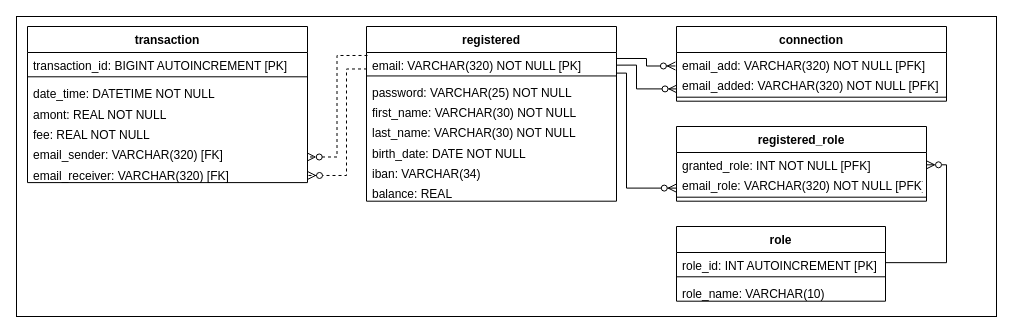
The draw.io diagram page "MLD" (3 of 3) of UML/payMyBuddyUML.drawio in emmo78/com.paymybuddy.paymybuddy, before the edit. Source tidied: cells renumbered, new cells numbered last; positions are measured from the earlier drawing's top-left corner, leaving out a move shared by most shapes. Both pictures are drawn from the tidied source at 100%, with x=0, y=0 at pixel (16, 16).
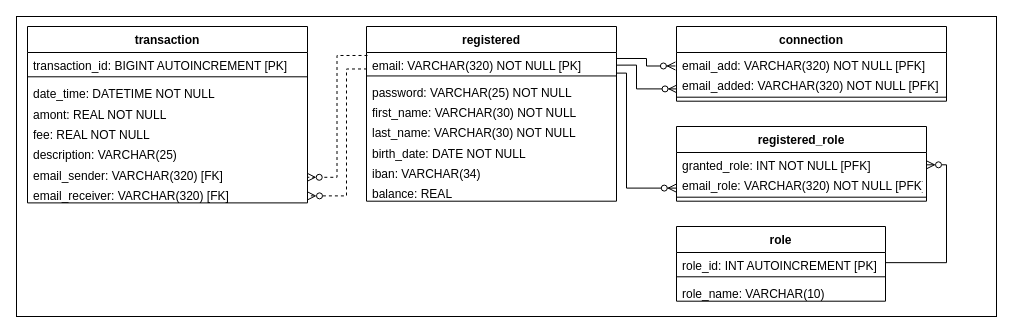
The same diagram, later.

Unchanged cells that the change refers to:
```xml
<mxCell id="16" value="email: VARCHAR(320) NOT NULL [PK]" style="text;strokeColor=none;fillColor=none;align=left;verticalAlign=top;spacingLeft=4;spacingRight=4;overflow=hidden;points=[[0,0.5],[1,0.5]];portConstraint=eastwest;" parent="15" vertex="1">
  <mxGeometry y="26" width="250" height="20.3" as="geometry" />
</mxCell>
```

What changed in the source:
```diff
@@
     <mxCell id="3" value="transaction" style="swimlane;fontStyle=1;align=center;verticalAlign=top;horizontal=1;startSize=26;" parent="1" vertex="1">
-      <mxGeometry x="11" y="10" width="280" height="156.1" as="geometry" />
+      <mxGeometry x="11" y="10" width="280" height="176.4" as="geometry" />
     </mxCell>
@@
+    <mxCell id="38" value="description: VARCHAR(25)" style="text;align=left;verticalAlign=top;spacingLeft=4;spacingRight=4;overflow=hidden;" parent="3" vertex="1">
+      <mxGeometry y="115.4" width="280" height="20.3" as="geometry" />
+    </mxCell>
     <mxCell id="9" value="email_sender: VARCHAR(320) [FK]" style="text;strokeColor=none;fillColor=none;align=left;verticalAlign=top;spacingLeft=4;spacingRight=4;overflow=hidden;points=[[0,0.5],[1,0.5]];portConstraint=eastwest;" parent="3" vertex="1">
-      <mxGeometry y="115.4" width="280" height="20.3" as="geometry" />
+      <mxGeometry y="135.7" width="280" height="20.3" as="geometry" />
     </mxCell>
     <mxCell id="10" value="email_receiver: VARCHAR(320) [FK]" style="text;strokeColor=none;fillColor=none;align=left;verticalAlign=top;spacingLeft=4;spacingRight=4;overflow=hidden;points=[[0,0.5],[1,0.5]];portConstraint=eastwest;" parent="3" vertex="1">
-      <mxGeometry y="135.7" width="280" height="20.3" as="geometry" />
+      <mxGeometry y="156.1" width="280" height="20.3" as="geometry" />
     </mxCell>
@@
     <mxCell id="27" style="fontSize=12;html=1;endArrow=ERzeroToMany;endFill=1;rounded=0;strokeColor=#000000;dashed=1;entryX=1;entryY=0.653;entryDx=0;entryDy=0;exitX=0.002;exitY=0.811;exitDx=0;exitDy=0;exitPerimeter=0;entryPerimeter=0;edgeStyle=orthogonalEdgeStyle;" parent="1" edge="1" source="16" target="10">
       <mxGeometry relative="1" as="geometry">
         <Array as="points">
           <mxPoint x="330" y="53" />
-          <mxPoint x="330" y="159" />
+          <mxPoint x="330" y="179" />
         </Array>
       </mxGeometry>
     </mxCell>
```
